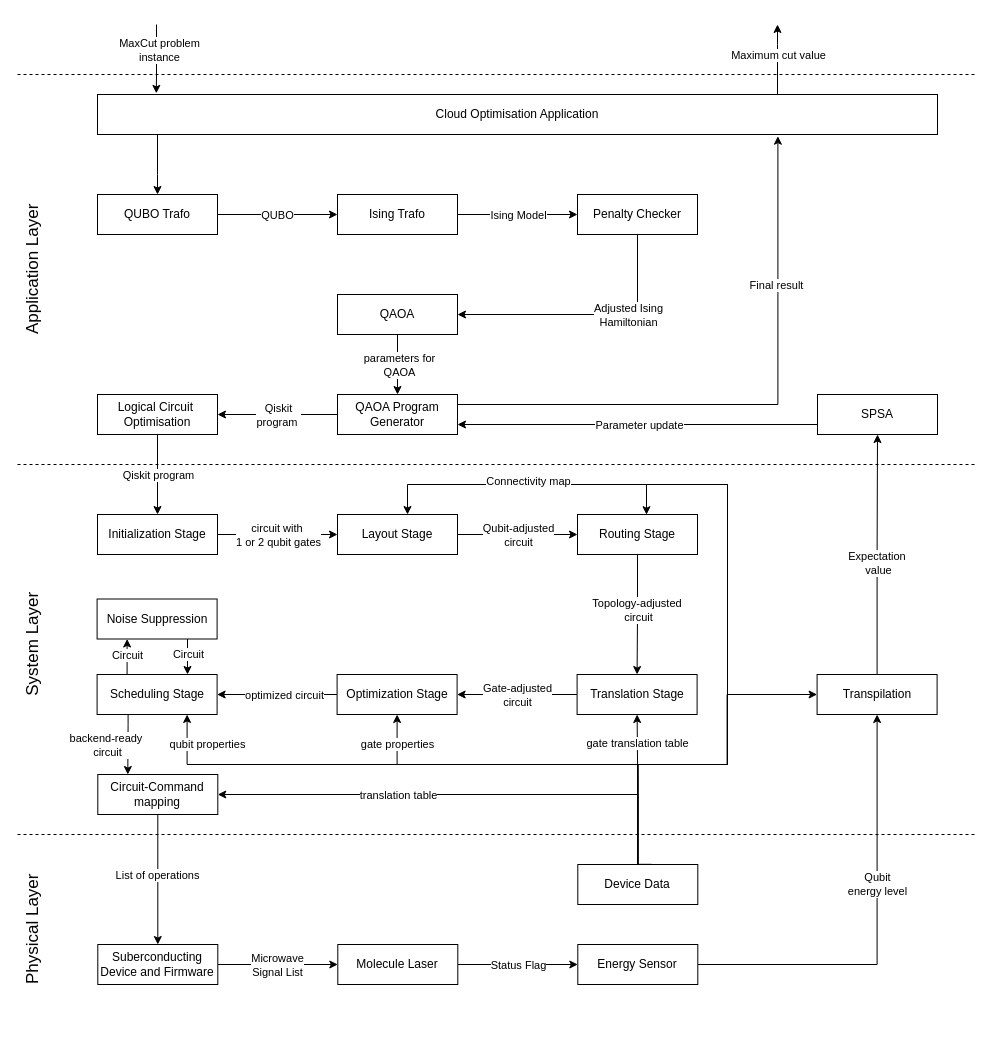
Above: page "scenario2" (2 of 3) of docs/images/RuntimeView.drawio in FullStaQD/architecture (draw.io), before the change. Source tidied: cells renumbered, new cells numbered last; positions are measured from the earlier drawing's top-left corner, leaving out a move shared by most shapes. Both pictures are drawn from the tidied source at 100%, with x=0, y=0 at pixel (-53, 24).
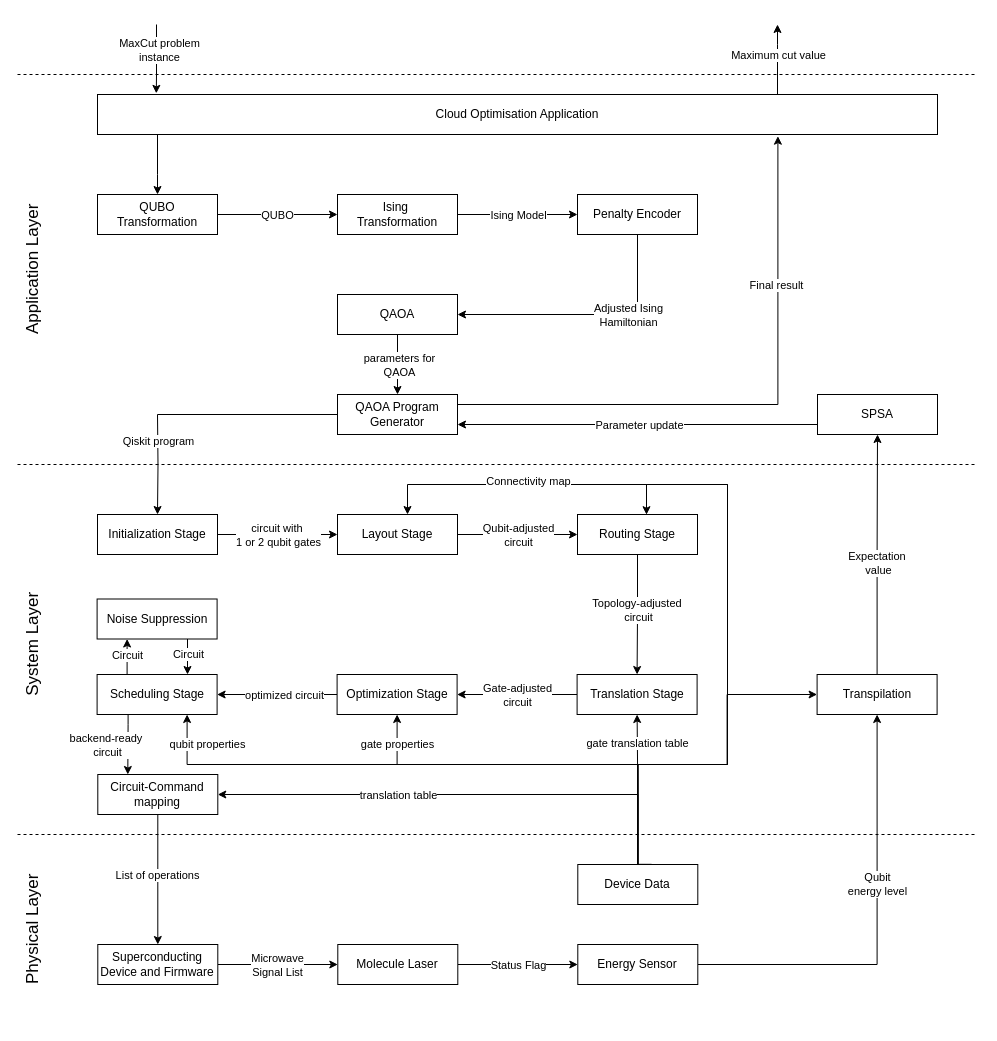
Above is the later version.

Unchanged cells that the change refers to:
```xml
<mxCell id="31" value="Initialization Stage" style="rounded=0;whiteSpace=wrap;html=1;" parent="1" vertex="1">
  <mxGeometry x="150" y="490" width="120" height="40" as="geometry" />
</mxCell>
<mxCell id="70" value="QAOA Program&lt;div&gt;Generator&lt;/div&gt;" style="rounded=0;whiteSpace=wrap;html=1;" parent="1" vertex="1">
  <mxGeometry x="390" y="370" width="120" height="40" as="geometry" />
</mxCell>
```

The edit, as a diff of the source:
```diff
@@
-    <mxCell id="11" value="Penalty Checker" style="rounded=0;whiteSpace=wrap;html=1;" parent="1" vertex="1">
+    <mxCell id="11" value="Penalty Encoder" style="rounded=0;whiteSpace=wrap;html=1;" parent="1" vertex="1">
       <mxGeometry x="630" y="170" width="120" height="40" as="geometry" />
     </mxCell>
@@
-    <mxCell id="15" value="Ising Trafo" style="rounded=0;whiteSpace=wrap;html=1;" parent="1" vertex="1">
+    <mxCell id="15" value="Ising&amp;nbsp;&lt;div&gt;Transformation&lt;/div&gt;" style="rounded=0;whiteSpace=wrap;html=1;" parent="1" vertex="1">
       <mxGeometry x="390" y="170" width="120" height="40" as="geometry" />
     </mxCell>
-    <mxCell id="16" value="QUBO Trafo" style="rounded=0;whiteSpace=wrap;html=1;" parent="1" vertex="1">
+    <mxCell id="16" value="QUBO Transformation" style="rounded=0;whiteSpace=wrap;html=1;" parent="1" vertex="1">
       <mxGeometry x="150" y="170" width="120" height="40" as="geometry" />
     </mxCell>
@@
-    <mxCell id="20" style="edgeStyle=orthogonalEdgeStyle;rounded=0;jettySize=auto;html=1;entryX=0.5;entryY=0;entryDx=0;entryDy=0;" parent="1" edge="1" source="22" target="31">
-      <mxGeometry relative="1" as="geometry" />
+    <mxCell id="20" style="edgeStyle=orthogonalEdgeStyle;rounded=0;jettySize=auto;html=1;entryX=0.5;entryY=0;entryDx=0;entryDy=0;" parent="1" edge="1" target="31">
+      <mxGeometry relative="1" as="geometry">
+        <mxPoint x="210" y="390" as="sourcePoint" />
+      </mxGeometry>
     </mxCell>
     <mxCell id="21" value="Qiskit program" style="edgeLabel;html=1;align=center;verticalAlign=middle;" parent="20" vertex="1">
       <mxGeometry x="0.1" y="1" relative="1" as="geometry">
-        <mxPoint x="-1" y="-4" as="offset" />
+        <mxPoint x="-1" y="-28" as="offset" />
       </mxGeometry>
     </mxCell>
-    <mxCell id="22" value="Logical Circuit&amp;nbsp;&lt;div&gt;Optimisation&lt;/div&gt;" style="rounded=0;whiteSpace=wrap;html=1;" parent="1" vertex="1">
-      <mxGeometry x="150" y="370" width="120" height="40" as="geometry" />
-    </mxCell>
@@
-    <mxCell id="51" value="Suberconducting&lt;div&gt;Device and Firmware&lt;/div&gt;" style="rounded=0;whiteSpace=wrap;html=1;" parent="1" vertex="1">
+    <mxCell id="51" value="Superconducting&lt;div&gt;Device and Firmware&lt;/div&gt;" style="rounded=0;whiteSpace=wrap;html=1;" parent="1" vertex="1">
       <mxGeometry x="150.3" y="920" width="120" height="40" as="geometry" />
     </mxCell>
@@
-    <mxCell id="68" style="edgeStyle=orthogonalEdgeStyle;rounded=0;jettySize=auto;html=1;entryX=1;entryY=0.5;entryDx=0;entryDy=0;" parent="1" edge="1" source="70" target="22">
-      <mxGeometry relative="1" as="geometry" />
+    <mxCell id="68" style="edgeStyle=orthogonalEdgeStyle;rounded=0;jettySize=auto;html=1;endArrow=none;endFill=0;" parent="1" edge="1" source="70">
+      <mxGeometry relative="1" as="geometry">
+        <mxPoint x="210" y="390" as="targetPoint" />
+      </mxGeometry>
     </mxCell>
-    <mxCell id="69" value="Qiskit&lt;div&gt;program&amp;nbsp;&lt;/div&gt;" style="edgeLabel;html=1;align=center;verticalAlign=middle;" parent="68" vertex="1">
-      <mxGeometry x="0.22" y="-4" relative="1" as="geometry">
-        <mxPoint x="13" y="4" as="offset" />
-      </mxGeometry>
-    </mxCell>
```
